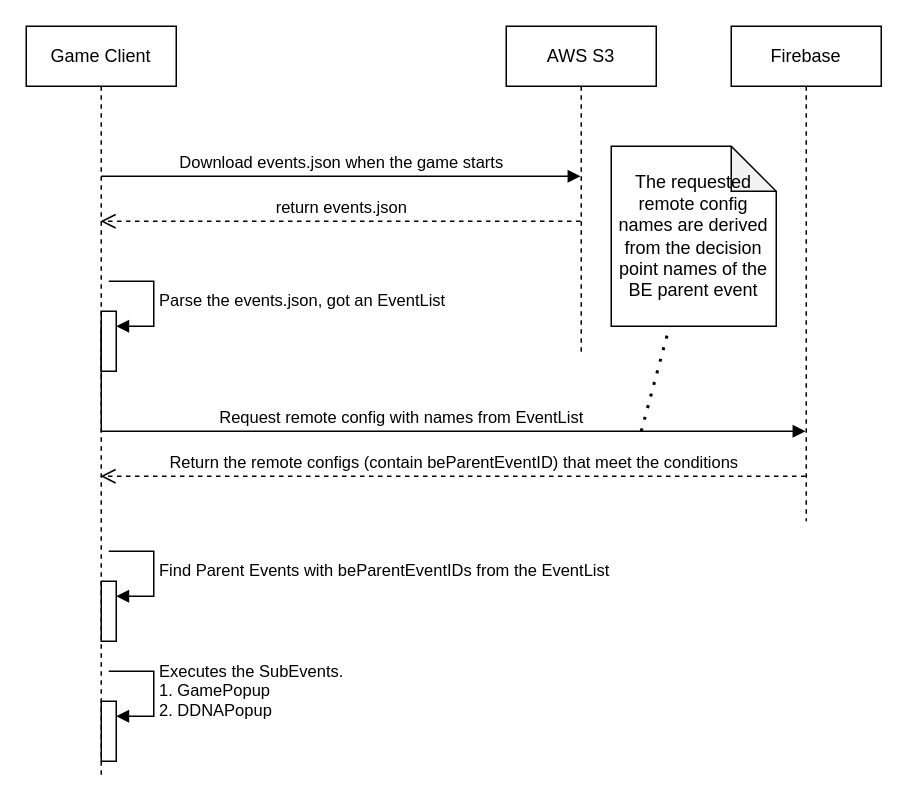
The draw.io diagram 未命名绘图.drawio in yaohuiwu/SimpleFS, before the edit. Source tidied: cells renumbered, new cells numbered last; positions are measured from the earlier drawing's top-left corner, leaving out a move shared by most shapes. Both pictures are drawn from the tidied source at 150%, with x=0, y=0 at pixel (26, 26).
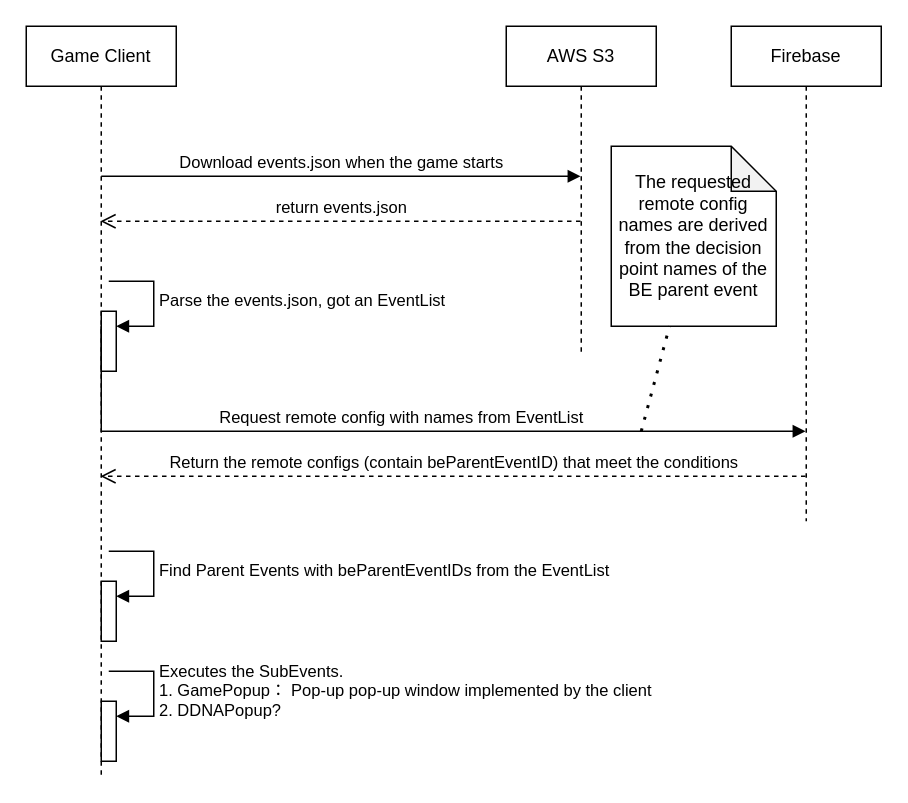
The same diagram, later.

Commit message (it also covers changes not shown here):
更新未命名绘图.drawio

Unchanged cells that the change refers to:
```xml
<mxCell id="2" value="Game Client" style="shape=umlLifeline;perimeter=lifelinePerimeter;whiteSpace=wrap;html=1;outlineConnect=0;portConstraint=eastwest;newEdgeStyle={&quot;edgeStyle&quot;:&quot;elbowEdgeStyle&quot;,&quot;elbow&quot;:&quot;vertical&quot;,&quot;curved&quot;:0,&quot;rounded&quot;:0};" parent="1" vertex="1">
  <mxGeometry width="100" height="500" as="geometry" />
</mxCell>
<mxCell id="3" style="html=1;points=[];perimeter=orthogonalPerimeter;outlineConnect=0;targetShapes=umlLifeline;portConstraint=eastwest;newEdgeStyle={&quot;edgeStyle&quot;:&quot;elbowEdgeStyle&quot;,&quot;elbow&quot;:&quot;vertical&quot;,&quot;curved&quot;:0,&quot;rounded&quot;:0};" parent="2" vertex="1">
  <mxGeometry x="50" y="450" width="10" height="40" as="geometry" />
</mxCell>
```

Change to the diagram source:
```diff
@@
-    <mxCell id="4" value="Executes the SubEvents. &lt;br&gt;1. GamePopup &lt;br&gt;2. DDNAPopup" style="html=1;align=left;spacingLeft=2;endArrow=block;rounded=0;edgeStyle=orthogonalEdgeStyle;curved=0;rounded=0;" parent="2" edge="1" target="3">
+    <mxCell id="4" value="Executes the SubEvents. &lt;br&gt;1. GamePopup：&amp;nbsp;Pop-up pop-up window implemented by the client&lt;br&gt;2. DDNAPopup?" style="html=1;align=left;spacingLeft=2;endArrow=block;rounded=0;edgeStyle=orthogonalEdgeStyle;curved=0;rounded=0;" parent="2" edge="1" target="3">
       <mxGeometry relative="1" as="geometry">
         <mxPoint x="55" y="430" as="sourcePoint" />
         <Array as="points">
           <mxPoint x="85" y="460" />
         </Array>
       </mxGeometry>
     </mxCell>
```
